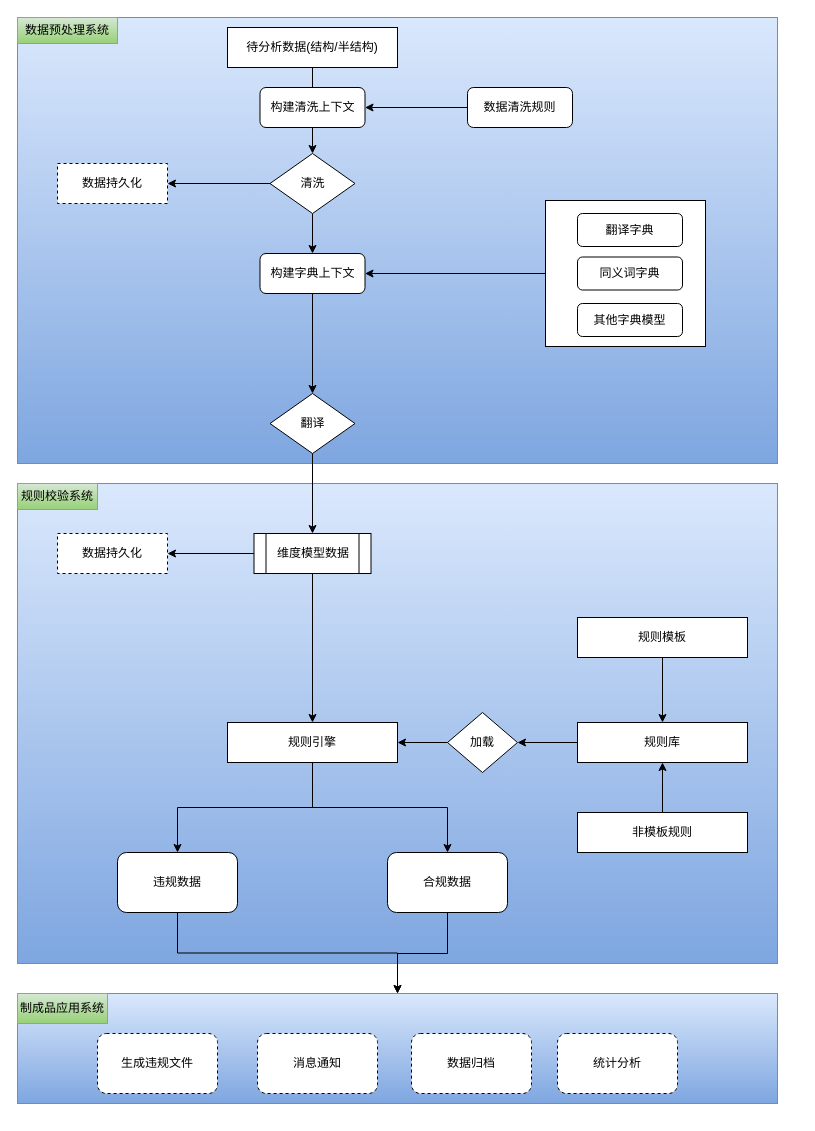
Above: 规则设计.drawio in liz2m/draw.images (draw.io), before the change. Source tidied: cells renumbered, new cells numbered last; positions are measured from the earlier drawing's top-left corner, leaving out a move shared by most shapes. Both pictures are drawn from the tidied source at 100%, with x=0, y=0 at pixel (17, 17).
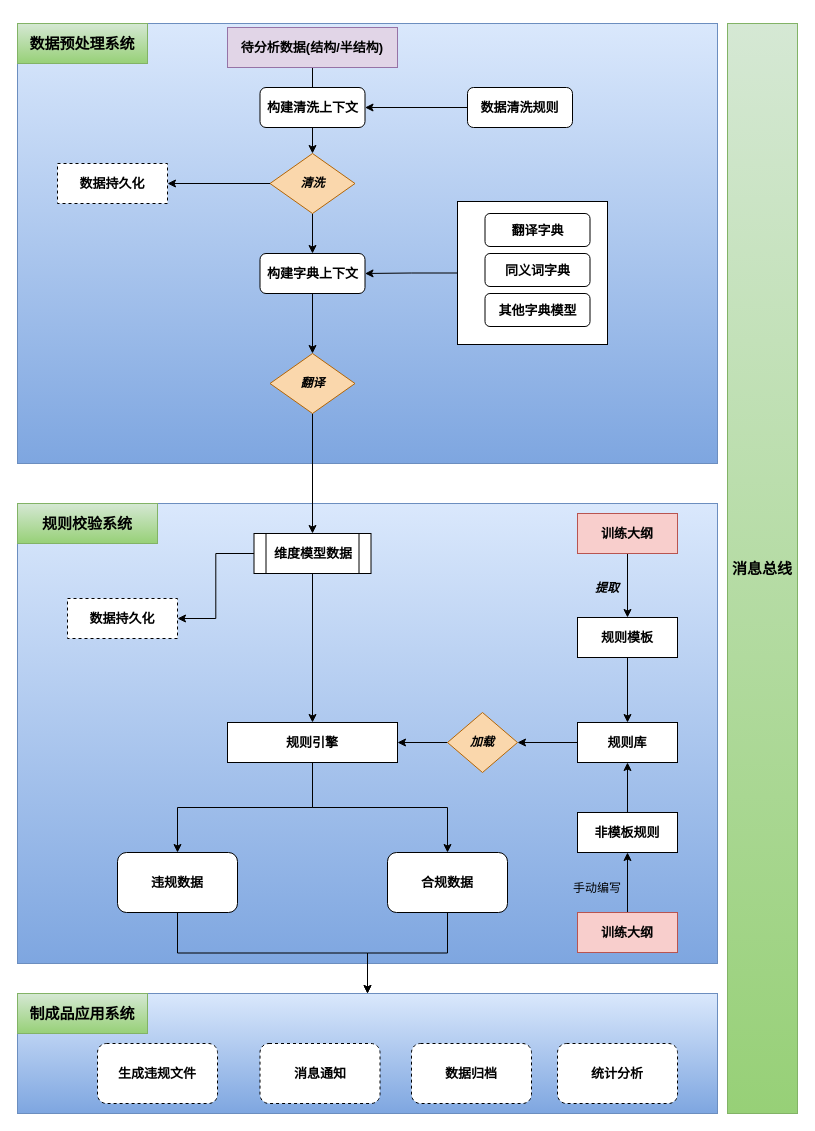
The same diagram, later.

Commit message (it also covers changes not shown here):
更新规则设计.drawio

The edit, as a diff of the source:
```diff
@@
     <mxCell id="2" style="rounded=0;whiteSpace=wrap;html=1;fillColor=#dae8fc;gradientColor=#7ea6e0;strokeColor=#6c8ebf;" parent="1" vertex="1">
-      <mxGeometry y="976" width="760" height="110" as="geometry" />
+      <mxGeometry y="976" width="700" height="120" as="geometry" />
     </mxCell>
     <mxCell id="3" style="rounded=0;whiteSpace=wrap;html=1;fillColor=#dae8fc;gradientColor=#7ea6e0;strokeColor=#6c8ebf;" parent="1" vertex="1">
-      <mxGeometry y="466" width="760" height="480" as="geometry" />
+      <mxGeometry y="486" width="700" height="460" as="geometry" />
     </mxCell>
     <mxCell id="4" style="rounded=0;whiteSpace=wrap;html=1;fillColor=#dae8fc;gradientColor=#7ea6e0;strokeColor=#6c8ebf;" parent="1" vertex="1">
-      <mxGeometry width="760" height="446" as="geometry" />
+      <mxGeometry y="6" width="700" height="440" as="geometry" />
     </mxCell>
@@
     <mxCell id="6" style="rounded=0;whiteSpace=wrap;html=1;" parent="1" vertex="1">
-      <mxGeometry x="528" y="183" width="160" height="146" as="geometry" />
+      <mxGeometry x="440" y="184" width="150" height="143" as="geometry" />
     </mxCell>
@@
-    <mxCell id="8" value="待分析数据(结构/半结构)" style="rounded=0;whiteSpace=wrap;html=1;" parent="1" vertex="1">
+    <mxCell id="8" value="待分析数据(结构/半结构)" style="rounded=0;whiteSpace=wrap;html=1;fillColor=#e1d5e7;strokeColor=#9673a6;fontStyle=1;fontSize=13;" parent="1" vertex="1">
       <mxGeometry x="210" y="10" width="170" height="40" as="geometry" />
     </mxCell>
-    <mxCell id="9" value="构建清洗上下文" style="rounded=1;whiteSpace=wrap;html=1;" parent="1" vertex="1">
+    <mxCell id="9" value="构建清洗上下文" style="rounded=1;whiteSpace=wrap;html=1;fontSize=13;fontStyle=1;" parent="1" vertex="1">
       <mxGeometry x="242.5" y="70" width="105" height="40" as="geometry" />
     </mxCell>
@@
-    <mxCell id="11" value="数据清洗规则" style="rounded=1;whiteSpace=wrap;html=1;" parent="1" vertex="1">
+    <mxCell id="11" value="数据清洗规则" style="rounded=1;whiteSpace=wrap;html=1;fontStyle=1;fontSize=13;" parent="1" vertex="1">
       <mxGeometry x="450" y="70" width="105" height="40" as="geometry" />
     </mxCell>
@@
-    <mxCell id="14" value="清洗" style="rhombus;whiteSpace=wrap;html=1;" parent="1" vertex="1">
+    <mxCell id="14" value="清洗" style="rhombus;whiteSpace=wrap;html=1;fillColor=#fad7ac;strokeColor=#b46504;fontStyle=3;" parent="1" vertex="1">
       <mxGeometry x="252.5" y="136" width="85" height="60" as="geometry" />
     </mxCell>
-    <mxCell id="15" value="数据持久化" style="rounded=0;whiteSpace=wrap;html=1;dashed=1;" parent="1" vertex="1">
+    <mxCell id="15" value="数据持久化" style="rounded=0;whiteSpace=wrap;html=1;dashed=1;fontStyle=1;fontSize=13;" parent="1" vertex="1">
       <mxGeometry x="40" y="146" width="110" height="40" as="geometry" />
     </mxCell>
@@
-    <mxCell id="18" value="规则引擎" style="rounded=0;whiteSpace=wrap;html=1;" parent="1" vertex="1">
+    <mxCell id="18" value="规则引擎" style="rounded=0;whiteSpace=wrap;html=1;fontStyle=1;fontSize=13;" parent="1" vertex="1">
       <mxGeometry x="210" y="705" width="170" height="40" as="geometry" />
     </mxCell>
@@
-    <mxCell id="20" value="规则模板" style="rounded=0;whiteSpace=wrap;html=1;" parent="1" vertex="1">
-      <mxGeometry x="560" y="600" width="170" height="40" as="geometry" />
+    <mxCell id="20" value="规则模板" style="rounded=0;whiteSpace=wrap;html=1;fontStyle=1;fontSize=13;" parent="1" vertex="1">
+      <mxGeometry x="560" y="600" width="100" height="40" as="geometry" />
     </mxCell>
@@
-    <mxCell id="22" value="规则库" style="rounded=0;whiteSpace=wrap;html=1;" parent="1" vertex="1">
-      <mxGeometry x="560" y="705" width="170" height="40" as="geometry" />
+    <mxCell id="22" value="规则库" style="rounded=0;whiteSpace=wrap;html=1;fontStyle=1;fontSize=13;" parent="1" vertex="1">
+      <mxGeometry x="560" y="705" width="100" height="40" as="geometry" />
     </mxCell>
@@
-    <mxCell id="24" value="非模板规则" style="rounded=0;whiteSpace=wrap;html=1;" parent="1" vertex="1">
-      <mxGeometry x="560" y="795" width="170" height="40" as="geometry" />
+    <mxCell id="24" value="非模板规则" style="rounded=0;whiteSpace=wrap;html=1;fontStyle=1;fontSize=13;" parent="1" vertex="1">
+      <mxGeometry x="560" y="795" width="100" height="40" as="geometry" />
     </mxCell>
@@
-    <mxCell id="26" value="加载" style="rhombus;whiteSpace=wrap;html=1;" parent="1" vertex="1">
+    <mxCell id="26" value="加载" style="rhombus;whiteSpace=wrap;html=1;fillColor=#fad7ac;strokeColor=#b46504;fontStyle=3;" parent="1" vertex="1">
       <mxGeometry x="430" y="695" width="70" height="60" as="geometry" />
     </mxCell>
@@
-    <mxCell id="28" value="构建字典上下文" style="rounded=1;whiteSpace=wrap;html=1;" parent="1" vertex="1">
+    <mxCell id="28" value="构建字典上下文" style="rounded=1;whiteSpace=wrap;html=1;fontStyle=1;fontSize=13;" parent="1" vertex="1">
       <mxGeometry x="242.5" y="236" width="105" height="40" as="geometry" />
     </mxCell>
@@
-    <mxCell id="30" value="翻译" style="rhombus;whiteSpace=wrap;html=1;" parent="1" vertex="1">
-      <mxGeometry x="252.5" y="376" width="85" height="60" as="geometry" />
+    <mxCell id="30" value="翻译" style="rhombus;whiteSpace=wrap;html=1;fillColor=#fad7ac;strokeColor=#b46504;fontStyle=3;" parent="1" vertex="1">
+      <mxGeometry x="252.5" y="336" width="85" height="60" as="geometry" />
     </mxCell>
-    <mxCell id="31" value="数据持久化" style="rounded=0;whiteSpace=wrap;html=1;dashed=1;" parent="1" vertex="1">
-      <mxGeometry x="40" y="516" width="110" height="40" as="geometry" />
+    <mxCell id="31" value="数据持久化" style="rounded=0;whiteSpace=wrap;html=1;dashed=1;fontStyle=1;fontSize=13;" parent="1" vertex="1">
+      <mxGeometry x="50" y="581" width="110" height="40" as="geometry" />
     </mxCell>
@@
-    <mxCell id="33" value="违规数据" style="rounded=1;whiteSpace=wrap;html=1;" parent="1" vertex="1">
+    <mxCell id="33" value="违规数据" style="rounded=1;whiteSpace=wrap;html=1;fontStyle=1;fontSize=13;" parent="1" vertex="1">
       <mxGeometry x="100" y="835" width="120" height="60" as="geometry" />
     </mxCell>
-    <mxCell id="34" style="edgeStyle=orthogonalEdgeStyle;rounded=0;jettySize=auto;html=1;" parent="1" edge="1" source="35" target="2">
-      <mxGeometry relative="1" as="geometry">
-        <Array as="points">
-          <mxPoint x="430" y="936" />
-          <mxPoint x="380" y="936" />
-        </Array>
-      </mxGeometry>
+    <mxCell id="34" style="edgeStyle=orthogonalEdgeStyle;rounded=0;jettySize=auto;html=1;entryX=0.5;entryY=0;entryDx=0;entryDy=0;" parent="1" edge="1" source="35" target="2">
+      <mxGeometry relative="1" as="geometry" />
     </mxCell>
-    <mxCell id="35" value="合规数据" style="rounded=1;whiteSpace=wrap;html=1;" parent="1" vertex="1">
+    <mxCell id="35" value="合规数据" style="rounded=1;whiteSpace=wrap;html=1;fontStyle=1;fontSize=13;" parent="1" vertex="1">
       <mxGeometry x="370" y="835" width="120" height="60" as="geometry" />
     </mxCell>
-    <mxCell id="36" value="生成违规文件" style="rounded=1;whiteSpace=wrap;html=1;dashed=1;" parent="1" vertex="1">
-      <mxGeometry x="80" y="1016" width="120" height="60" as="geometry" />
+    <mxCell id="36" value="生成违规文件" style="rounded=1;whiteSpace=wrap;html=1;dashed=1;fontStyle=1;fontSize=13;" parent="1" vertex="1">
+      <mxGeometry x="80" y="1026" width="120" height="60" as="geometry" />
     </mxCell>
-    <mxCell id="37" value="消息通知" style="rounded=1;whiteSpace=wrap;html=1;dashed=1;" parent="1" vertex="1">
-      <mxGeometry x="240" y="1016" width="120" height="60" as="geometry" />
+    <mxCell id="37" value="消息通知" style="rounded=1;whiteSpace=wrap;html=1;dashed=1;fontStyle=1;fontSize=13;" parent="1" vertex="1">
+      <mxGeometry x="242.5" y="1026" width="120" height="60" as="geometry" />
     </mxCell>
-    <mxCell id="38" value="数据归档" style="rounded=1;whiteSpace=wrap;html=1;dashed=1;" parent="1" vertex="1">
-      <mxGeometry x="394" y="1016" width="120" height="60" as="geometry" />
+    <mxCell id="38" value="数据归档" style="rounded=1;whiteSpace=wrap;html=1;dashed=1;fontStyle=1;fontSize=13;" parent="1" vertex="1">
+      <mxGeometry x="394" y="1026" width="120" height="60" as="geometry" />
     </mxCell>
-    <mxCell id="39" value="统计分析" style="rounded=1;whiteSpace=wrap;html=1;dashed=1;" parent="1" vertex="1">
-      <mxGeometry x="540" y="1016" width="120" height="60" as="geometry" />
+    <mxCell id="39" value="统计分析" style="rounded=1;whiteSpace=wrap;html=1;dashed=1;fontStyle=1;fontSize=13;" parent="1" vertex="1">
+      <mxGeometry x="540" y="1026" width="120" height="60" as="geometry" />
     </mxCell>
-    <mxCell id="40" value="翻译字典" style="rounded=1;whiteSpace=wrap;html=1;" parent="1" vertex="1">
-      <mxGeometry x="560" y="196" width="105" height="33" as="geometry" />
+    <mxCell id="40" value="翻译字典" style="rounded=1;whiteSpace=wrap;html=1;fontStyle=1;fontSize=13;" parent="1" vertex="1">
+      <mxGeometry x="467.5" y="196" width="105" height="33" as="geometry" />
     </mxCell>
-    <mxCell id="41" value="同义词字典" style="rounded=1;whiteSpace=wrap;html=1;" parent="1" vertex="1">
-      <mxGeometry x="560" y="239.5" width="105" height="33" as="geometry" />
+    <mxCell id="41" value="同义词字典" style="rounded=1;whiteSpace=wrap;html=1;fontStyle=1;fontSize=13;" parent="1" vertex="1">
+      <mxGeometry x="467.5" y="236" width="105" height="33" as="geometry" />
     </mxCell>
@@
-    <mxCell id="44" value="维度模型数据" style="shape=process;whiteSpace=wrap;html=1;backgroundOutline=1;" parent="1" vertex="1">
+    <mxCell id="44" value="维度模型数据" style="shape=process;whiteSpace=wrap;html=1;backgroundOutline=1;fontStyle=1;fontSize=13;" parent="1" vertex="1">
       <mxGeometry x="236.5" y="516" width="117" height="40" as="geometry" />
     </mxCell>
-    <mxCell id="45" value="数据预处理系统" style="text;html=1;strokeColor=#82b366;fillColor=#d5e8d4;align=center;verticalAlign=middle;whiteSpace=wrap;rounded=0;gradientColor=#97d077;" parent="1" vertex="1">
-      <mxGeometry width="100" height="26" as="geometry" />
+    <mxCell id="45" value="数据预处理系统" style="text;html=1;strokeColor=#82b366;fillColor=#d5e8d4;align=center;verticalAlign=middle;whiteSpace=wrap;rounded=0;gradientColor=#97d077;fontStyle=1;fontSize=15;" parent="1" vertex="1">
+      <mxGeometry y="6" width="130" height="40" as="geometry" />
     </mxCell>
-    <mxCell id="46" value="规则校验系统" style="text;html=1;strokeColor=#82b366;fillColor=#d5e8d4;align=center;verticalAlign=middle;whiteSpace=wrap;rounded=0;gradientColor=#97d077;" parent="1" vertex="1">
-      <mxGeometry y="466" width="80" height="26" as="geometry" />
+    <mxCell id="46" value="规则校验系统" style="text;html=1;strokeColor=#82b366;fillColor=#d5e8d4;align=center;verticalAlign=middle;whiteSpace=wrap;rounded=0;gradientColor=#97d077;fontStyle=1;fontSize=15;" parent="1" vertex="1">
+      <mxGeometry y="486" width="140" height="40" as="geometry" />
     </mxCell>
-    <mxCell id="47" value="制成品应用系统" style="text;html=1;strokeColor=#82b366;fillColor=#d5e8d4;align=center;verticalAlign=middle;whiteSpace=wrap;rounded=0;gradientColor=#97d077;" parent="1" vertex="1">
-      <mxGeometry y="976" width="90" height="30" as="geometry" />
+    <mxCell id="47" value="制成品应用系统" style="text;html=1;strokeColor=#82b366;fillColor=#d5e8d4;align=center;verticalAlign=middle;whiteSpace=wrap;rounded=0;gradientColor=#97d077;fontStyle=1;fontSize=15;" parent="1" vertex="1">
+      <mxGeometry y="976" width="130" height="40" as="geometry" />
     </mxCell>
-    <mxCell id="48" value="其他字典模型" style="rounded=1;whiteSpace=wrap;html=1;" parent="1" vertex="1">
-      <mxGeometry x="560" y="286" width="105" height="33" as="geometry" />
+    <mxCell id="48" value="其他字典模型" style="rounded=1;whiteSpace=wrap;html=1;fontStyle=1;fontSize=13;" parent="1" vertex="1">
+      <mxGeometry x="467.5" y="276" width="105" height="33" as="geometry" />
     </mxCell>
+    <mxCell id="49" value="消息总线" style="rounded=0;whiteSpace=wrap;html=1;fillColor=#d5e8d4;strokeColor=#82b366;gradientColor=#97d077;fontStyle=1;fontSize=15;" parent="1" vertex="1">
+      <mxGeometry x="710" y="6" width="70" height="1090" as="geometry" />
+    </mxCell>
+    <mxCell id="50" style="edgeStyle=orthogonalEdgeStyle;rounded=0;jettySize=auto;html=1;entryX=0.5;entryY=0;entryDx=0;entryDy=0;" parent="1" edge="1" source="51" target="20">
+      <mxGeometry relative="1" as="geometry" />
+    </mxCell>
+    <mxCell id="51" value="训练大纲" style="rounded=0;whiteSpace=wrap;html=1;fillColor=#f8cecc;strokeColor=#b85450;fontStyle=1;fontSize=13;" parent="1" vertex="1">
+      <mxGeometry x="560" y="496" width="100" height="40" as="geometry" />
+    </mxCell>
+    <mxCell id="52" style="edgeStyle=orthogonalEdgeStyle;rounded=0;jettySize=auto;html=1;" parent="1" edge="1" source="53" target="24">
+      <mxGeometry relative="1" as="geometry" />
+    </mxCell>
+    <mxCell id="53" value="训练大纲" style="rounded=0;whiteSpace=wrap;html=1;fillColor=#f8cecc;strokeColor=#b85450;fontStyle=1;fontSize=13;" parent="1" vertex="1">
+      <mxGeometry x="560" y="895" width="100" height="40" as="geometry" />
+    </mxCell>
+    <mxCell id="54" value="提取" style="text;html=1;strokeColor=none;fillColor=none;align=center;verticalAlign=middle;whiteSpace=wrap;rounded=0;fontStyle=3;" parent="1" vertex="1">
+      <mxGeometry x="560" y="556" width="60" height="30" as="geometry" />
+    </mxCell>
+    <mxCell id="55" value="手动编写" style="text;html=1;strokeColor=none;fillColor=none;align=center;verticalAlign=middle;whiteSpace=wrap;rounded=0;" parent="1" vertex="1">
+      <mxGeometry x="550" y="856" width="60" height="30" as="geometry" />
+    </mxCell>
```
